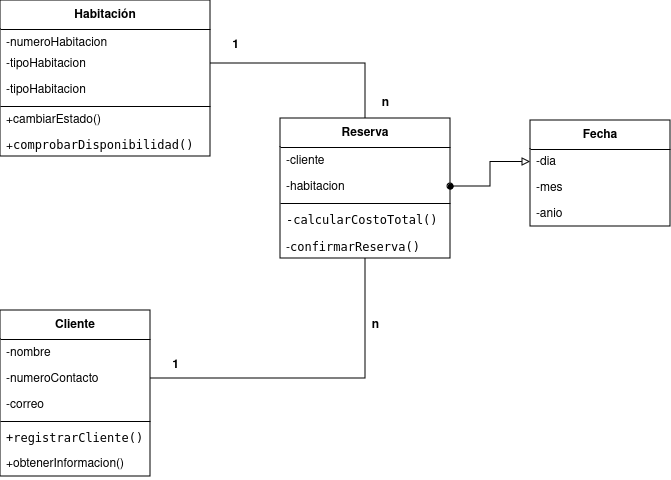
This is HabitacionHotel.png from gian700/diagrama-de-clases, a draw.io export, as it was before one commit. Source tidied: cells renumbered, new cells last; positions are measured from the earlier drawing's top-left corner, leaving out a move shared by most shapes.
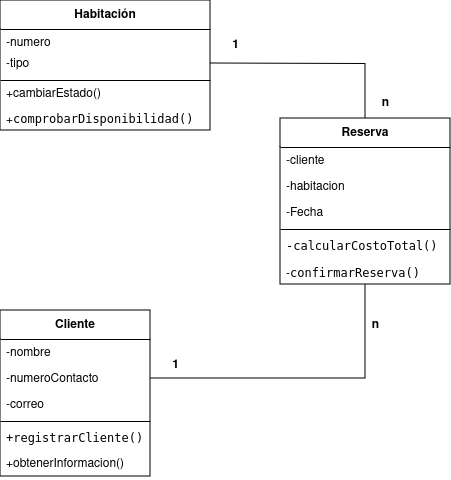
Above is the later version.

What changed in the source:
```diff
@@ -3,25 +3,22 @@
     <mxCell id="0" />
     <mxCell id="1" parent="0" />
     <mxCell id="2" value="Habitación" style="swimlane;fontStyle=1;align=center;verticalAlign=middle;horizontal=1;startSize=29;html=1;whiteSpace=wrap;" parent="1" vertex="1">
-      <mxGeometry width="210" height="156" as="geometry" />
+      <mxGeometry width="210" height="130" as="geometry" />
     </mxCell>
-    <mxCell id="3" value="&lt;div&gt;-numeroHabitacion&lt;/div&gt;" style="text;strokeColor=none;fillColor=none;align=left;verticalAlign=top;spacingLeft=4;spacingRight=4;overflow=hidden;whiteSpace=wrap;html=1;" parent="2" vertex="1">
+    <mxCell id="3" value="&lt;div&gt;-numero&lt;/div&gt;" style="text;strokeColor=none;fillColor=none;align=left;verticalAlign=top;spacingLeft=4;spacingRight=4;overflow=hidden;whiteSpace=wrap;html=1;" parent="2" vertex="1">
       <mxGeometry y="29" width="210" height="21" as="geometry" />
     </mxCell>
-    <mxCell id="4" value="-tipoHabitacion" style="text;strokeColor=none;fillColor=none;align=left;verticalAlign=top;spacingLeft=4;spacingRight=4;overflow=hidden;points=[[0,0.5],[1,0.5]];portConstraint=eastwest;whiteSpace=wrap;html=1;" parent="2" vertex="1">
-      <mxGeometry y="50" width="210" height="26" as="geometry" />
-    </mxCell>
-    <mxCell id="5" value="-tipoHabitacion" style="text;strokeColor=none;fillColor=none;align=left;verticalAlign=top;spacingLeft=4;spacingRight=4;overflow=hidden;whiteSpace=wrap;html=1;" parent="2" vertex="1">
-      <mxGeometry y="76" width="210" height="26" as="geometry" />
+    <mxCell id="5" value="-tipo" style="text;strokeColor=none;fillColor=none;align=left;verticalAlign=top;spacingLeft=4;spacingRight=4;overflow=hidden;whiteSpace=wrap;html=1;" parent="2" vertex="1">
+      <mxGeometry y="50" width="210" height="26" as="geometry" />
     </mxCell>
     <mxCell id="6" style="line;strokeWidth=1;fillColor=none;align=left;verticalAlign=middle;spacingTop=-1;spacingLeft=3;spacingRight=3;labelPosition=right;strokeColor=inherit;" parent="2" vertex="1">
-      <mxGeometry y="102" width="210" height="8" as="geometry" />
+      <mxGeometry y="76" width="210" height="8" as="geometry" />
     </mxCell>
     <mxCell id="7" value="+cambiarEstado()" style="text;html=1;strokeColor=none;fillColor=none;align=left;verticalAlign=middle;spacingLeft=4;spacingRight=4;overflow=hidden;whiteSpace=wrap;" parent="2" vertex="1">
-      <mxGeometry y="110" width="210" height="20" as="geometry" />
+      <mxGeometry y="84" width="210" height="20" as="geometry" />
     </mxCell>
     <mxCell id="8" value="+&lt;code&gt;comprobarDisponibilidad()&lt;/code&gt;" style="text;strokeColor=none;fillColor=none;align=left;verticalAlign=top;spacingLeft=4;spacingRight=4;overflow=hidden;whiteSpace=wrap;html=1;" parent="2" vertex="1">
-      <mxGeometry y="130" width="210" height="26" as="geometry" />
+      <mxGeometry y="104" width="210" height="26" as="geometry" />
     </mxCell>
     <mxCell id="9" value="Cliente" style="swimlane;fontStyle=1;align=center;verticalAlign=middle;horizontal=1;startSize=29;html=1;whiteSpace=wrap;" parent="1" vertex="1">
       <mxGeometry y="310" width="150" height="166" as="geometry" />
@@ -45,25 +42,30 @@
       <mxGeometry y="140" width="150" height="26" as="geometry" />
     </mxCell>
     <mxCell id="16" value="Reserva" style="swimlane;fontStyle=1;align=center;verticalAlign=middle;horizontal=1;startSize=29;html=1;whiteSpace=wrap;" parent="1" vertex="1">
-      <mxGeometry x="280" y="118" width="170" height="140" as="geometry" />
+      <mxGeometry x="280" y="118" width="170" height="166" as="geometry" />
     </mxCell>
     <mxCell id="17" value="-cliente" style="text;strokeColor=none;fillColor=none;align=left;verticalAlign=top;spacingLeft=4;spacingRight=4;overflow=hidden;whiteSpace=wrap;html=1;" parent="16" vertex="1">
       <mxGeometry y="29" width="170" height="26" as="geometry" />
     </mxCell>
-    <mxCell id="18" value="-habitacion" style="text;strokeColor=none;fillColor=none;align=left;verticalAlign=top;spacingLeft=4;spacingRight=4;overflow=hidden;points=[[0,0.5],[1,0.5]];portConstraint=eastwest;whiteSpace=wrap;html=1;" parent="16" vertex="1">
+    <mxCell id="18" value="&lt;div&gt;-habitacion&lt;/div&gt;" style="text;strokeColor=none;fillColor=none;align=left;verticalAlign=top;spacingLeft=4;spacingRight=4;overflow=hidden;points=[[0,0.5],[1,0.5]];portConstraint=eastwest;whiteSpace=wrap;html=1;" parent="16" vertex="1">
       <mxGeometry y="55" width="170" height="26" as="geometry" />
     </mxCell>
+    <mxCell id="33" value="-Fecha" style="text;strokeColor=none;fillColor=none;align=left;verticalAlign=top;spacingLeft=4;spacingRight=4;overflow=hidden;whiteSpace=wrap;html=1;" parent="16" vertex="1">
+      <mxGeometry y="81" width="170" height="26" as="geometry" />
+    </mxCell>
     <mxCell id="19" style="line;strokeWidth=1;fillColor=none;align=left;verticalAlign=middle;spacingTop=-1;spacingLeft=3;spacingRight=3;labelPosition=right;strokeColor=inherit;" parent="16" vertex="1">
-      <mxGeometry y="81" width="170" height="8" as="geometry" />
+      <mxGeometry y="107" width="170" height="8" as="geometry" />
     </mxCell>
     <mxCell id="20" value="&lt;code&gt;-calcularCostoTotal()&lt;/code&gt;" style="text;html=1;strokeColor=none;fillColor=none;align=left;verticalAlign=middle;spacingLeft=4;spacingRight=4;overflow=hidden;whiteSpace=wrap;" parent="16" vertex="1">
-      <mxGeometry y="89" width="170" height="25" as="geometry" />
+      <mxGeometry y="115" width="170" height="25" as="geometry" />
     </mxCell>
     <mxCell id="21" value="-&lt;code&gt;confirmarReserva()&lt;/code&gt;" style="text;strokeColor=none;fillColor=none;align=left;verticalAlign=top;spacingLeft=4;spacingRight=4;overflow=hidden;whiteSpace=wrap;html=1;" parent="16" vertex="1">
-      <mxGeometry y="114" width="170" height="26" as="geometry" />
+      <mxGeometry y="140" width="170" height="26" as="geometry" />
     </mxCell>
-    <mxCell id="22" style="edgeStyle=orthogonalEdgeStyle;rounded=0;jettySize=auto;html=1;entryX=0.5;entryY=0;entryDx=0;entryDy=0;endArrow=none;endFill=0;" parent="1" edge="1" source="4" target="16">
-      <mxGeometry relative="1" as="geometry" />
+    <mxCell id="22" style="edgeStyle=orthogonalEdgeStyle;rounded=0;jettySize=auto;html=1;entryX=0.5;entryY=0;entryDx=0;entryDy=0;endArrow=none;endFill=0;" parent="1" edge="1" target="16">
+      <mxGeometry relative="1" as="geometry">
+        <mxPoint x="210" y="63" as="sourcePoint" />
+      </mxGeometry>
     </mxCell>
     <mxCell id="23" style="edgeStyle=orthogonalEdgeStyle;rounded=0;jettySize=auto;html=1;entryX=0.5;entryY=1;entryDx=0;entryDy=0;endArrow=none;endFill=0;" parent="1" edge="1" source="11" target="16">
       <mxGeometry relative="1" as="geometry" />
@@ -80,20 +82,5 @@
     <mxCell id="27" value="&lt;b&gt;n&lt;/b&gt;" style="text;html=1;align=center;verticalAlign=middle;strokeColor=none;fillColor=none;" parent="1" vertex="1">
       <mxGeometry x="370" y="88" width="30" height="30" as="geometry" />
     </mxCell>
-    <mxCell id="28" value="Fecha" style="swimlane;fontStyle=1;align=center;verticalAlign=middle;horizontal=1;startSize=29;html=1;whiteSpace=wrap;" parent="1" vertex="1">
-      <mxGeometry x="530" y="120" width="140" height="106" as="geometry" />
-    </mxCell>
-    <mxCell id="29" value="-dia" style="text;html=1;strokeColor=none;fillColor=none;align=left;verticalAlign=middle;spacingLeft=4;spacingRight=4;overflow=hidden;points=[[0,0.5],[1,0.5]];portConstraint=eastwest;whiteSpace=wrap;" parent="28" vertex="1">
-      <mxGeometry y="29" width="140" height="25" as="geometry" />
-    </mxCell>
-    <mxCell id="30" value="-mes" style="text;strokeColor=none;fillColor=none;align=left;verticalAlign=top;spacingLeft=4;spacingRight=4;overflow=hidden;whiteSpace=wrap;html=1;" parent="28" vertex="1">
-      <mxGeometry y="54" width="140" height="26" as="geometry" />
-    </mxCell>
-    <mxCell id="31" value="-anio" style="text;strokeColor=none;fillColor=none;align=left;verticalAlign=top;spacingLeft=4;spacingRight=4;overflow=hidden;whiteSpace=wrap;html=1;" parent="28" vertex="1">
-      <mxGeometry y="80" width="140" height="26" as="geometry" />
-    </mxCell>
-    <mxCell id="32" style="edgeStyle=orthogonalEdgeStyle;rounded=0;jettySize=auto;html=1;entryX=0;entryY=0.5;entryDx=0;entryDy=0;endArrow=block;endFill=0;startArrow=oval;startFill=1;" parent="1" edge="1" source="18" target="29">
-      <mxGeometry relative="1" as="geometry" />
-    </mxCell>
   </root>
 </mxGraphModel>
```
